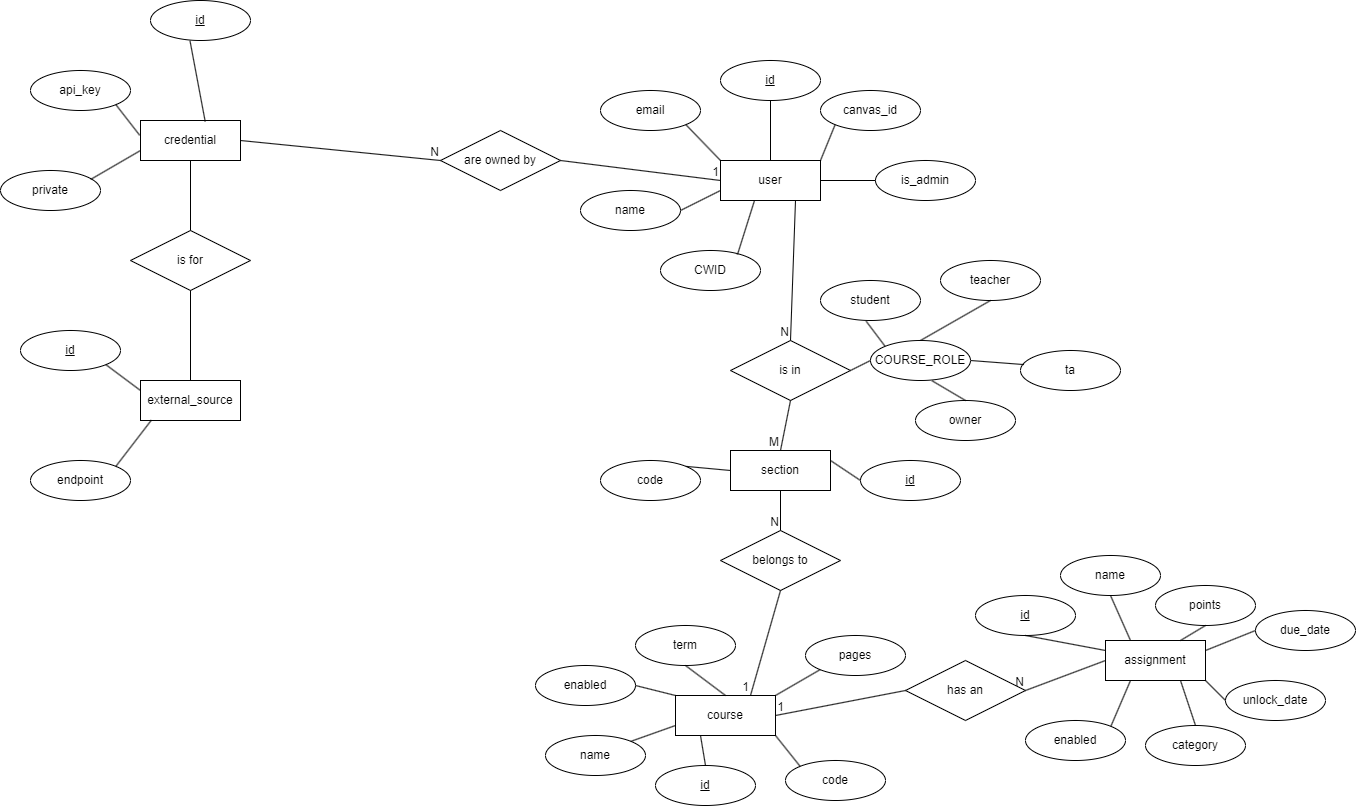
Before: docs/erd/erd.drawio.png, a diagram exported from draw.io (CSCI128/packtrain). Source tidied: cells renumbered, new cells last; positions are measured from the earlier drawing's top-left corner, leaving out a move shared by most shapes.
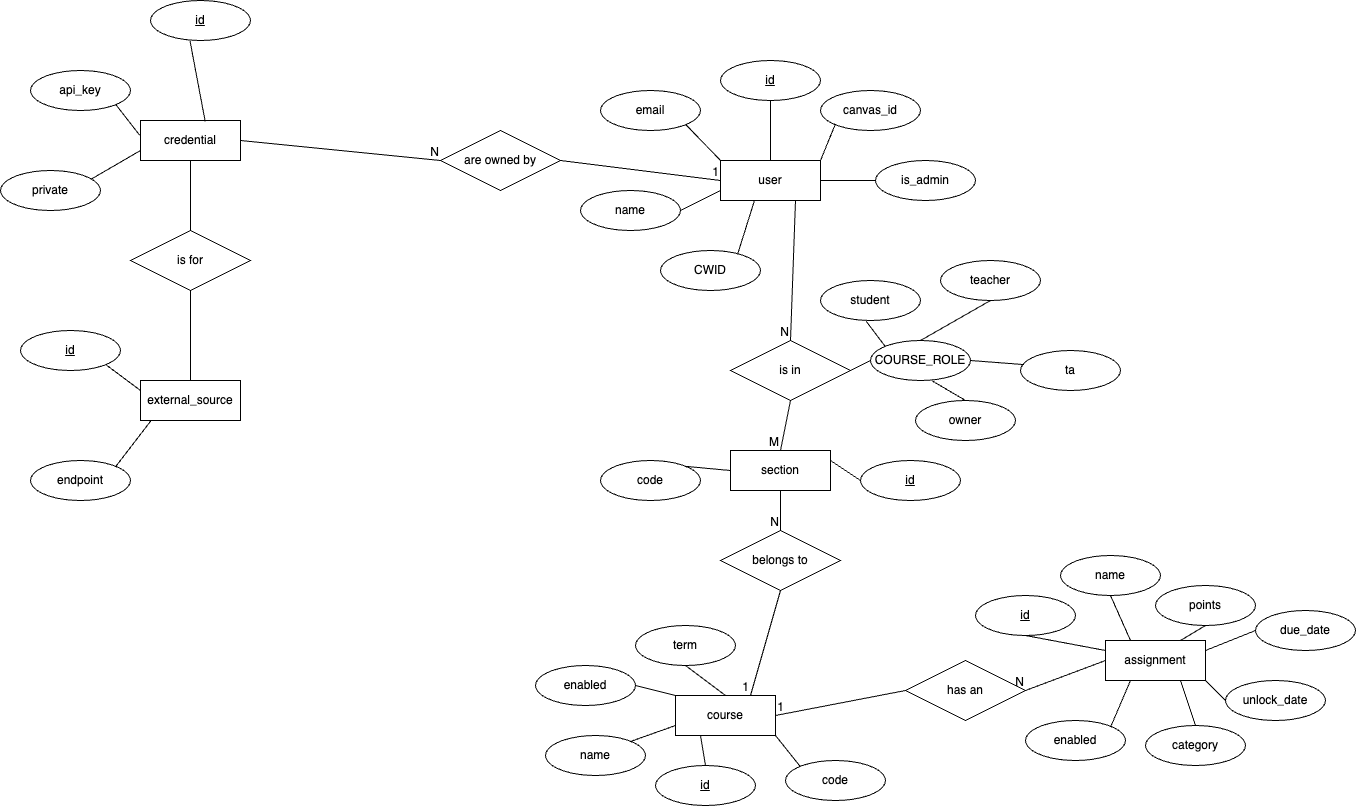
After the change.

Commit message:
Update ERD diagram to remove pages from the course schema

What changed in the source:
```diff
@@ -47,9 +47,9 @@
     <mxCell id="16" style="endArrow=none;html=1;rounded=0;exitX=1;exitY=0.5;exitDx=0;exitDy=0;entryX=0;entryY=0.5;entryDx=0;entryDy=0;" parent="1" edge="1" source="13" target="15">
       <mxGeometry relative="1" as="geometry" />
     </mxCell>
-    <mxCell id="17" value="N" style="html=1;whiteSpace=wrap;align=right;verticalAlign=bottom;" parent="16" vertex="1">
-      <mxGeometry x="1" relative="1" as="geometry" />
-    </mxCell>
+    <mxCell id="93" value="N" style="html=1;whiteSpace=wrap;align=right;verticalAlign=bottom;" parent="16" vertex="1">
+      <mxGeometry x="1" relative="1" as="geometry" />
+    </mxCell>
     <mxCell id="18" value="id" style="ellipse;whiteSpace=wrap;html=1;align=center;fontStyle=4;" parent="1" vertex="1">
       <mxGeometry x="150" width="100" height="40" as="geometry" />
     </mxCell>
@@ -92,9 +92,9 @@
     <mxCell id="31" style="endArrow=none;html=1;rounded=0;exitX=1;exitY=0.5;exitDx=0;exitDy=0;entryX=0;entryY=0.5;entryDx=0;entryDy=0;" parent="1" edge="1" source="15" target="2">
       <mxGeometry relative="1" as="geometry" />
     </mxCell>
-    <mxCell id="32" value="1" style="html=1;whiteSpace=wrap;align=right;verticalAlign=bottom;" parent="31" vertex="1">
-      <mxGeometry x="1" relative="1" as="geometry" />
-    </mxCell>
+    <mxCell id="94" value="1" style="html=1;whiteSpace=wrap;align=right;verticalAlign=bottom;" parent="31" vertex="1">
+      <mxGeometry x="1" relative="1" as="geometry" />
+    </mxCell>
     <mxCell id="33" value="course" style="whiteSpace=wrap;html=1;align=center;" parent="1" vertex="1">
       <mxGeometry x="675" y="695" width="100" height="40" as="geometry" />
     </mxCell>
@@ -185,29 +185,23 @@
     <mxCell id="62" style="endArrow=none;html=1;rounded=0;exitX=0;exitY=0.5;exitDx=0;exitDy=0;entryX=1;entryY=1;entryDx=0;entryDy=0;" parent="1" edge="1" source="56" target="34">
       <mxGeometry relative="1" as="geometry" />
     </mxCell>
-    <mxCell id="63" value="pages" style="ellipse;whiteSpace=wrap;html=1;align=center;" parent="1" vertex="1">
-      <mxGeometry x="805" y="635" width="100" height="40" as="geometry" />
-    </mxCell>
-    <mxCell id="64" style="endArrow=none;html=1;rounded=0;exitX=0;exitY=1;exitDx=0;exitDy=0;entryX=1;entryY=0;entryDx=0;entryDy=0;" parent="1" edge="1" source="63" target="33">
-      <mxGeometry relative="1" as="geometry" />
-    </mxCell>
     <mxCell id="65" value="has an" style="shape=rhombus;perimeter=rhombusPerimeter;whiteSpace=wrap;html=1;align=center;" parent="1" vertex="1">
       <mxGeometry x="905" y="660" width="120" height="60" as="geometry" />
     </mxCell>
     <mxCell id="66" style="endArrow=none;html=1;rounded=0;entryX=1;entryY=0.5;entryDx=0;entryDy=0;exitX=0;exitY=0.5;exitDx=0;exitDy=0;" parent="1" edge="1" source="65" target="33">
       <mxGeometry relative="1" as="geometry" />
     </mxCell>
-    <mxCell id="67" value="1" style="html=1;whiteSpace=wrap;align=right;verticalAlign=bottom;" parent="66" vertex="1">
-      <mxGeometry x="1" relative="1" as="geometry">
-        <mxPoint x="10" as="offset" />
-      </mxGeometry>
-    </mxCell>
+    <mxCell id="95" value="1" style="html=1;whiteSpace=wrap;align=right;verticalAlign=bottom;" parent="66" vertex="1">
+      <mxGeometry x="1" relative="1" as="geometry">
+        <mxPoint x="10" as="offset" />
+      </mxGeometry>
+    </mxCell>
     <mxCell id="68" style="endArrow=none;html=1;rounded=0;entryX=1;entryY=0.5;entryDx=0;entryDy=0;exitX=0;exitY=0.5;exitDx=0;exitDy=0;" parent="1" edge="1" source="34" target="65">
       <mxGeometry relative="1" as="geometry" />
     </mxCell>
-    <mxCell id="69" value="N" style="html=1;whiteSpace=wrap;align=right;verticalAlign=bottom;" parent="68" vertex="1">
-      <mxGeometry x="1" relative="1" as="geometry" />
-    </mxCell>
+    <mxCell id="96" value="N" style="html=1;whiteSpace=wrap;align=right;verticalAlign=bottom;" parent="68" vertex="1">
+      <mxGeometry x="1" relative="1" as="geometry" />
+    </mxCell>
     <mxCell id="70" value="enabled" style="ellipse;whiteSpace=wrap;html=1;align=center;" parent="1" vertex="1">
       <mxGeometry x="1025" y="720" width="100" height="40" as="geometry" />
     </mxCell>
@@ -220,9 +214,9 @@
     <mxCell id="73" style="endArrow=none;html=1;rounded=0;exitX=0.75;exitY=1;exitDx=0;exitDy=0;entryX=0.5;entryY=0;entryDx=0;entryDy=0;" parent="1" edge="1" source="2" target="72">
       <mxGeometry relative="1" as="geometry" />
     </mxCell>
-    <mxCell id="74" value="N" style="html=1;whiteSpace=wrap;align=right;verticalAlign=bottom;" parent="73" vertex="1">
-      <mxGeometry x="1" relative="1" as="geometry" />
-    </mxCell>
+    <mxCell id="97" value="N" style="html=1;whiteSpace=wrap;align=right;verticalAlign=bottom;" parent="73" vertex="1">
+      <mxGeometry x="1" relative="1" as="geometry" />
+    </mxCell>
     <mxCell id="75" style="endArrow=none;html=1;rounded=0;entryX=0.5;entryY=0;entryDx=0;entryDy=0;exitX=0.5;exitY=1;exitDx=0;exitDy=0;" parent="1" edge="1" source="72" target="77">
       <mxGeometry relative="1" as="geometry" />
     </mxCell>
@@ -244,15 +238,15 @@
     <mxCell id="81" style="endArrow=none;html=1;rounded=0;exitX=0.5;exitY=1;exitDx=0;exitDy=0;entryX=0.5;entryY=0;entryDx=0;entryDy=0;" parent="1" edge="1" source="77" target="80">
       <mxGeometry relative="1" as="geometry" />
     </mxCell>
-    <mxCell id="82" value="N" style="html=1;whiteSpace=wrap;align=right;verticalAlign=bottom;" parent="81" vertex="1">
-      <mxGeometry x="1" relative="1" as="geometry" />
-    </mxCell>
+    <mxCell id="98" value="N" style="html=1;whiteSpace=wrap;align=right;verticalAlign=bottom;" parent="81" vertex="1">
+      <mxGeometry x="1" relative="1" as="geometry" />
+    </mxCell>
     <mxCell id="83" style="endArrow=none;html=1;rounded=0;entryX=0.75;entryY=0;entryDx=0;entryDy=0;exitX=0.5;exitY=1;exitDx=0;exitDy=0;" parent="1" edge="1" source="80" target="33">
       <mxGeometry relative="1" as="geometry" />
     </mxCell>
-    <mxCell id="84" value="1" style="html=1;whiteSpace=wrap;align=right;verticalAlign=bottom;" parent="83" vertex="1">
-      <mxGeometry x="1" relative="1" as="geometry" />
-    </mxCell>
+    <mxCell id="99" value="1" style="html=1;whiteSpace=wrap;align=right;verticalAlign=bottom;" parent="83" vertex="1">
+      <mxGeometry x="1" relative="1" as="geometry" />
+    </mxCell>
     <mxCell id="85" value="&lt;u&gt;id&lt;/u&gt;" style="ellipse;whiteSpace=wrap;html=1;align=center;" parent="1" vertex="1">
       <mxGeometry x="860" y="460" width="100" height="40" as="geometry" />
     </mxCell>
```
